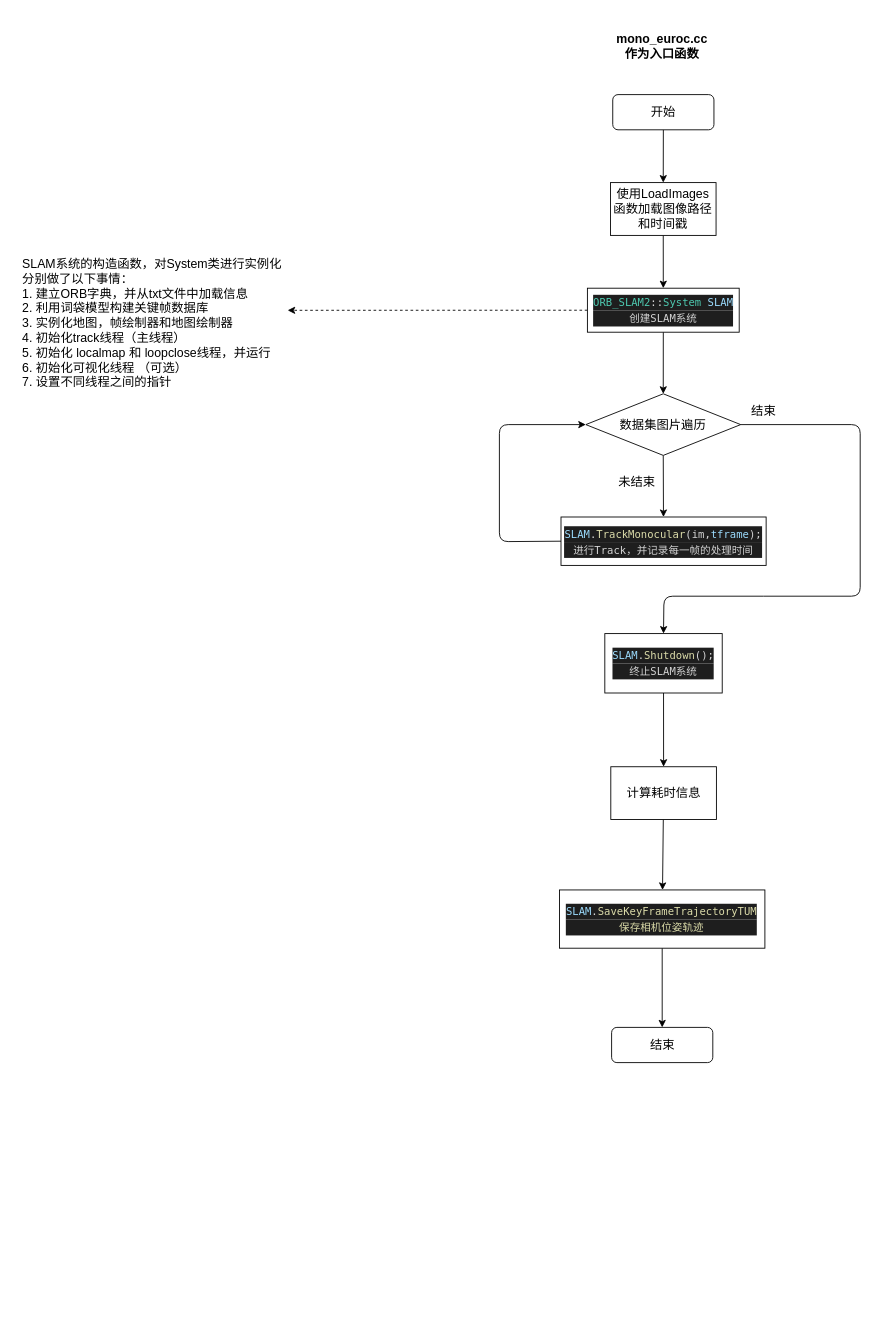
Earlier version of the draw.io diagram page "单目模式流程图" (1 of 2) of ORBSLAM2.drawio (liang-jinli/ORB_SLAM2_detailed_comments). Source tidied: cells renumbered, new cells numbered last; positions are measured from the earlier drawing's top-left corner, leaving out a move shared by most shapes. Both pictures are drawn from the tidied source at 88%, with x=0, y=0 at pixel (15, 15).
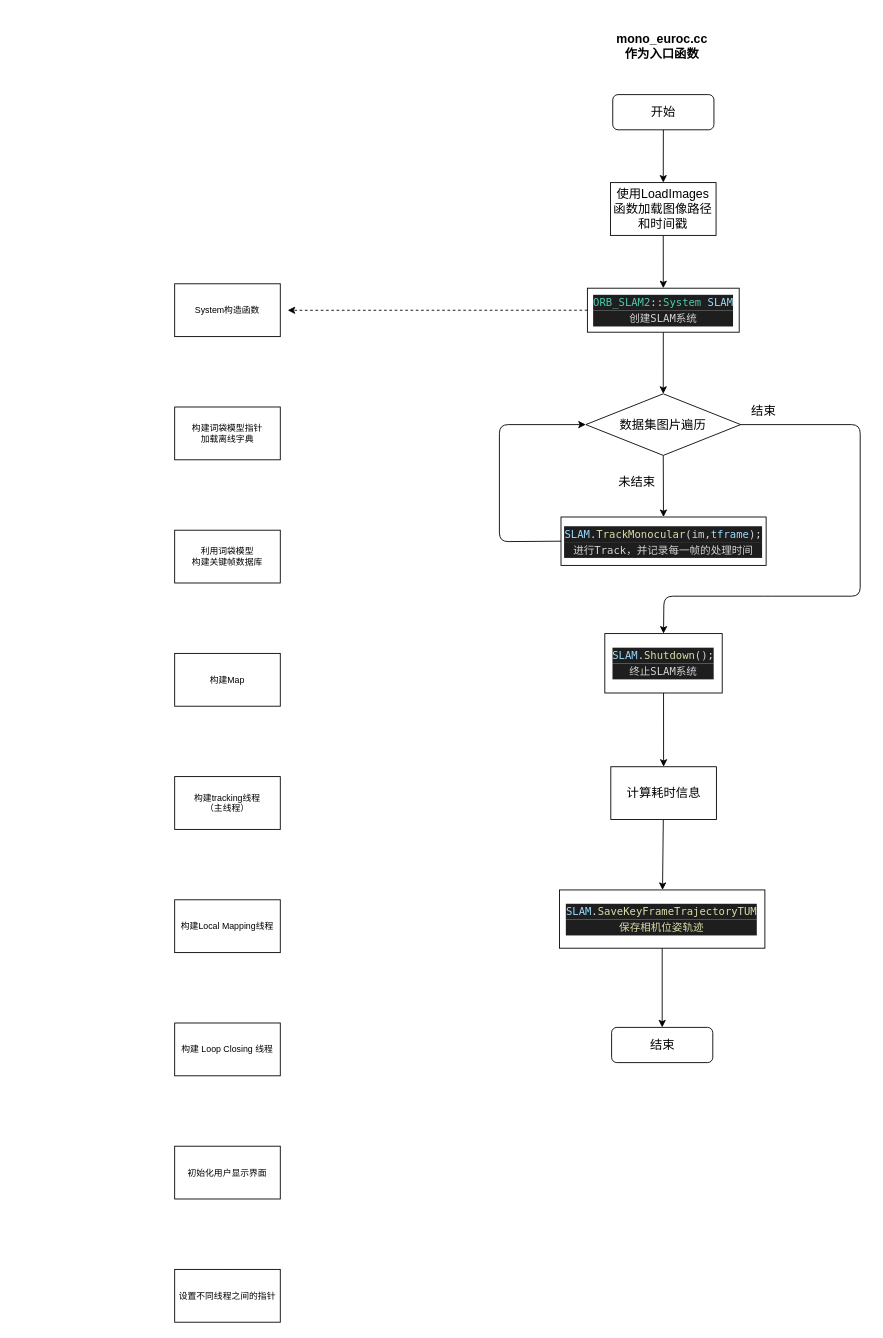
The same page after the edit.

Unchanged cells that the change refers to:
```xml
<mxCell id="9" value="&lt;div style=&quot;background-color: rgb(30 , 30 , 30) ; font-family: &amp;#34;menlo&amp;#34; , &amp;#34;monaco&amp;#34; , &amp;#34;courier new&amp;#34; , monospace ; font-size: 12px ; line-height: 18px ; color: rgb(212 , 212 , 212)&quot;&gt;&lt;span style=&quot;color: #4ec9b0&quot;&gt;ORB_SLAM2&lt;/span&gt;::&lt;span style=&quot;color: #4ec9b0&quot;&gt;System&lt;/span&gt; &lt;span style=&quot;color: #9cdcfe&quot;&gt;SLAM&lt;/span&gt;&lt;/div&gt;&lt;div style=&quot;background-color: rgb(30 , 30 , 30) ; font-family: &amp;#34;menlo&amp;#34; , &amp;#34;monaco&amp;#34; , &amp;#34;courier new&amp;#34; , monospace ; font-size: 12px ; line-height: 18px ; color: rgb(212 , 212 , 212)&quot;&gt;创建SLAM系统&lt;/div&gt;" style="whiteSpace=wrap;html=1;fontSize=14;rounded=0;" parent="1" vertex="1">
  <mxGeometry x="650" y="310" width="172.5" height="50" as="geometry" />
</mxCell>
```

Change to the diagram source:
```diff
@@
-    <mxCell id="8" style="edgeStyle=none;html=1;entryX=0.998;entryY=0.407;entryDx=0;entryDy=0;entryPerimeter=0;fontSize=9;dashed=1;" parent="1" edge="1" source="9" target="24">
-      <mxGeometry relative="1" as="geometry" />
+    <mxCell id="8" style="edgeStyle=none;html=1;entryX=0.998;entryY=0.407;entryDx=0;entryDy=0;entryPerimeter=0;fontSize=9;dashed=1;" parent="1" edge="1" source="9">
+      <mxGeometry relative="1" as="geometry">
+        <mxPoint x="309.4" y="335.1" as="targetPoint" />
+      </mxGeometry>
     </mxCell>
@@
-    <mxCell id="24" value="&lt;div style=&quot;text-align: left&quot;&gt;&lt;span&gt;SLAM系统的构造函数，对System类进行实例化&lt;/span&gt;&lt;/div&gt;&lt;div style=&quot;text-align: left&quot;&gt;&lt;span&gt;分别做了以下事情：&lt;/span&gt;&lt;/div&gt;&lt;div style=&quot;text-align: left&quot;&gt;&lt;span&gt;1. 建立ORB字典，并从txt文件中加载信息&lt;/span&gt;&lt;/div&gt;&lt;div style=&quot;text-align: left&quot;&gt;&lt;span&gt;2. 利用词袋模型构建关键帧数据库&lt;/span&gt;&lt;/div&gt;&lt;div style=&quot;text-align: left&quot;&gt;&lt;span&gt;3. 实例化地图，帧绘制器和地图绘制器&lt;/span&gt;&lt;/div&gt;&lt;div style=&quot;text-align: left&quot;&gt;&lt;span&gt;4. 初始化track线程（主线程）&lt;/span&gt;&lt;/div&gt;&lt;div style=&quot;text-align: left&quot;&gt;&lt;span&gt;5. 初始化 localmap 和 loopclose线程，并运行&lt;/span&gt;&lt;/div&gt;&lt;div style=&quot;text-align: left&quot;&gt;&lt;span&gt;6. 初始化可视化线程 （可选）&lt;/span&gt;&lt;/div&gt;&lt;div style=&quot;text-align: left&quot;&gt;&lt;span&gt;7. 设置不同线程之间的指针&lt;/span&gt;&lt;/div&gt;" style="text;html=1;align=center;verticalAlign=middle;points=[];strokeColor=none;fillColor=none;fontSize=14;" parent="1" vertex="1">
-      <mxGeometry y="270" width="310" height="160" as="geometry" />
-    </mxCell>
+    <mxCell id="25" style="edgeStyle=none;html=1;fontSize=10;fontColor=#141414;strokeColor=#FFFFFF;" parent="1" edge="1" source="26" target="28">
+      <mxGeometry relative="1" as="geometry" />
+    </mxCell>
+    <mxCell id="26" value="System构造函数" style="rounded=0;whiteSpace=wrap;html=1;fontSize=10;" parent="1" vertex="1">
+      <mxGeometry x="181" y="305" width="120" height="60" as="geometry" />
+    </mxCell>
+    <mxCell id="27" style="edgeStyle=none;html=1;fontSize=10;fontColor=#141414;strokeColor=#FFFFFF;" parent="1" edge="1" source="28" target="30">
+      <mxGeometry relative="1" as="geometry" />
+    </mxCell>
+    <mxCell id="28" value="构建词袋模型指针&lt;br&gt;加载离线字典" style="whiteSpace=wrap;html=1;fontSize=10;rounded=0;" parent="1" vertex="1">
+      <mxGeometry x="181" y="445" width="120" height="60" as="geometry" />
+    </mxCell>
+    <mxCell id="29" style="edgeStyle=none;html=1;fontSize=10;fontColor=#141414;strokeColor=#FFFFFF;" parent="1" edge="1" source="30" target="32">
+      <mxGeometry relative="1" as="geometry" />
+    </mxCell>
+    <mxCell id="30" value="利用词袋模型&lt;br&gt;构建关键帧数据库" style="whiteSpace=wrap;html=1;fontSize=10;rounded=0;" parent="1" vertex="1">
+      <mxGeometry x="181" y="585" width="120" height="60" as="geometry" />
+    </mxCell>
+    <mxCell id="31" style="edgeStyle=none;html=1;fontSize=10;fontColor=#141414;strokeColor=#FFFFFF;" parent="1" edge="1" source="32" target="34">
+      <mxGeometry relative="1" as="geometry" />
+    </mxCell>
+    <mxCell id="32" value="构建Map" style="whiteSpace=wrap;html=1;fontSize=10;rounded=0;" parent="1" vertex="1">
+      <mxGeometry x="181" y="725" width="120" height="60" as="geometry" />
+    </mxCell>
+    <mxCell id="33" style="edgeStyle=none;html=1;fontSize=10;fontColor=#141414;strokeColor=#FFFFFF;" parent="1" edge="1" source="34" target="36">
+      <mxGeometry relative="1" as="geometry" />
+    </mxCell>
+    <mxCell id="34" value="构建tracking线程&lt;br&gt;（主线程）" style="whiteSpace=wrap;html=1;fontSize=10;rounded=0;" parent="1" vertex="1">
+      <mxGeometry x="181" y="865" width="120" height="60" as="geometry" />
+    </mxCell>
+    <mxCell id="35" style="edgeStyle=none;html=1;fontSize=10;fontColor=#141414;strokeColor=#FFFFFF;" parent="1" edge="1" source="36" target="38">
+      <mxGeometry relative="1" as="geometry" />
+    </mxCell>
+    <mxCell id="36" value="构建Local Mapping线程" style="whiteSpace=wrap;html=1;fontSize=10;rounded=0;" parent="1" vertex="1">
+      <mxGeometry x="181" y="1005" width="120" height="60" as="geometry" />
+    </mxCell>
+    <mxCell id="37" style="edgeStyle=none;html=1;fontSize=10;fontColor=#141414;strokeColor=#FFFFFF;" parent="1" edge="1" source="38" target="41">
+      <mxGeometry relative="1" as="geometry" />
+    </mxCell>
+    <mxCell id="38" value="构建 Loop Closing 线程" style="whiteSpace=wrap;html=1;fontSize=10;rounded=0;" parent="1" vertex="1">
+      <mxGeometry x="181" y="1145" width="120" height="60" as="geometry" />
+    </mxCell>
+    <mxCell id="39" value="设置不同线程之间的指针" style="whiteSpace=wrap;html=1;fontSize=10;rounded=0;" parent="1" vertex="1">
+      <mxGeometry x="181" y="1425" width="120" height="60" as="geometry" />
+    </mxCell>
+    <mxCell id="40" style="edgeStyle=none;html=1;fontSize=10;fontColor=#141414;strokeColor=#FFFFFF;" parent="1" edge="1" source="41" target="39">
+      <mxGeometry relative="1" as="geometry" />
+    </mxCell>
+    <mxCell id="41" value="初始化用户显示界面" style="whiteSpace=wrap;html=1;fontSize=10;rounded=0;" parent="1" vertex="1">
+      <mxGeometry x="181" y="1285" width="120" height="60" as="geometry" />
+    </mxCell>
```
